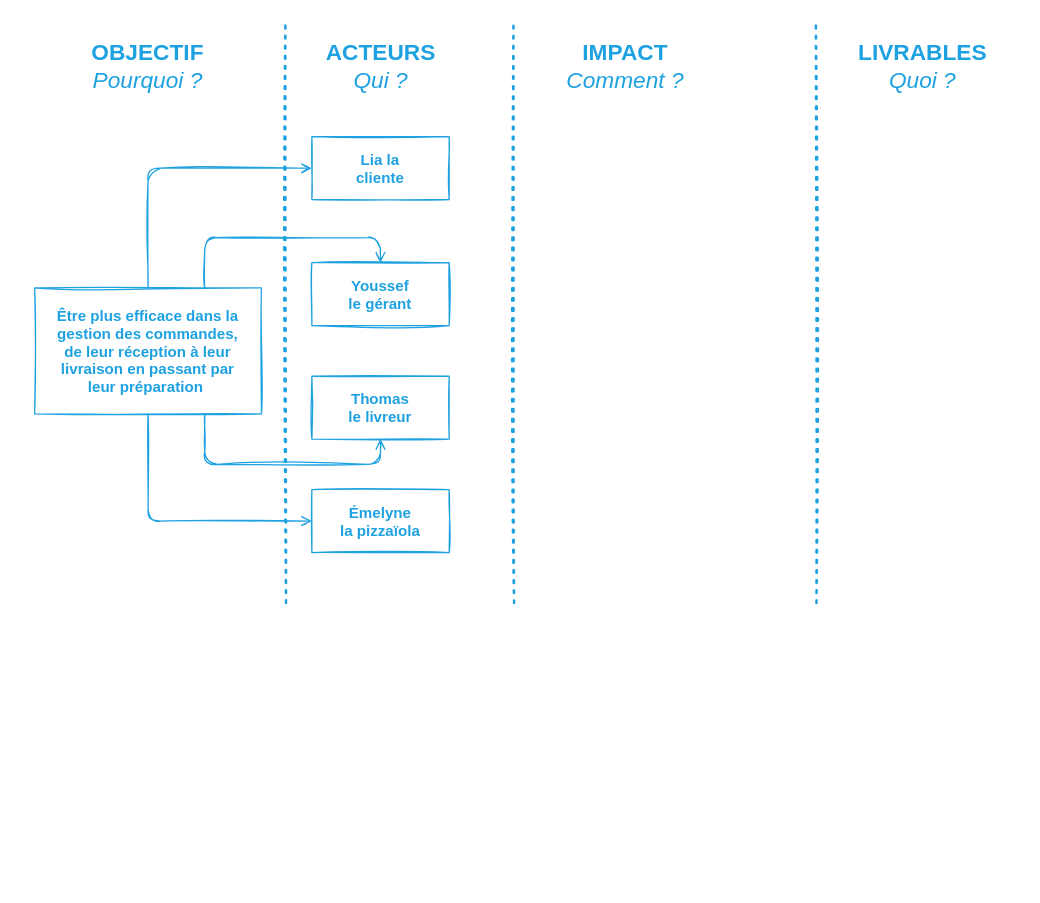
Above: img/figure_impact-mapping.dio in centvingt/OCPizzaRedaction (draw.io), before the change. Source tidied: cells renumbered, new cells numbered last; positions are measured from the earlier drawing's top-left corner, leaving out a move shared by most shapes. Both pictures are drawn from the tidied source at 126%, with x=0, y=0 at pixel (34, 23).
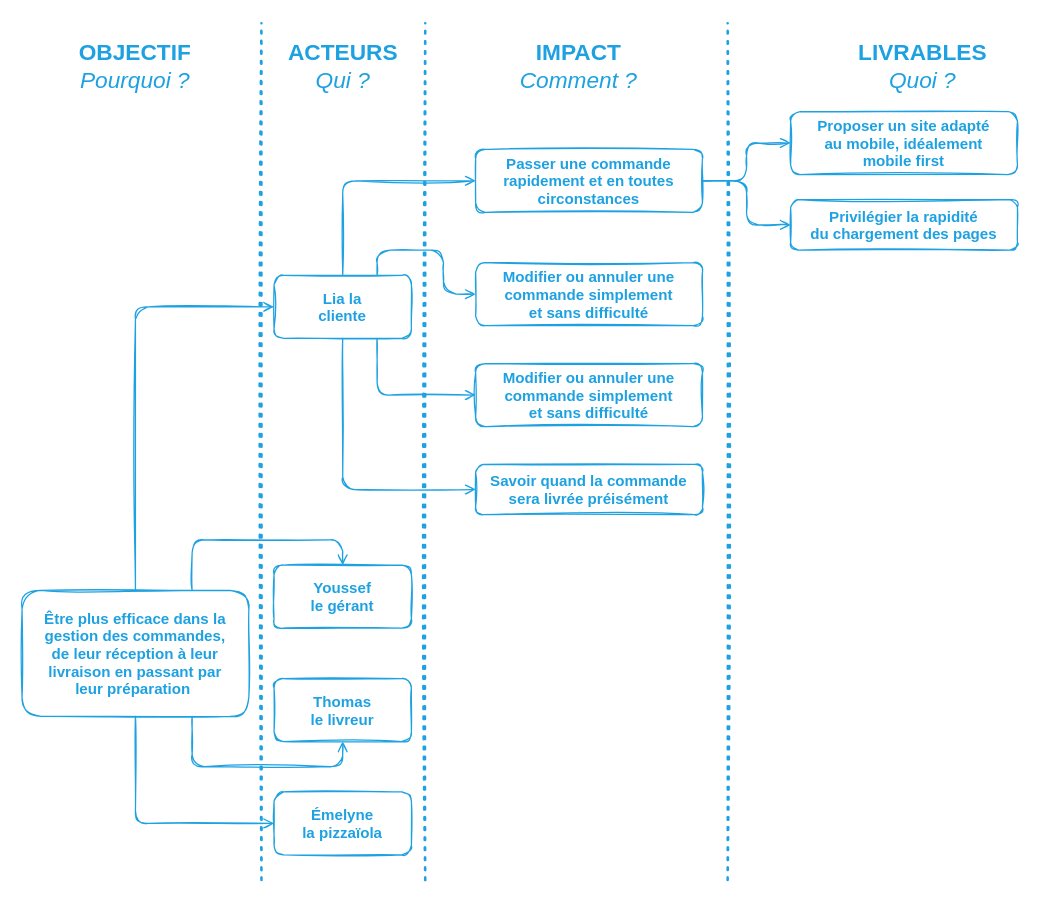
The same diagram, later.

Diff of the diagram source:
```diff
@@
-    <mxCell id="6" value="Être plus efficace dans la &#10;gestion des commandes, &#10;de leur réception à leur &#10;livraison en passant par &#10;leur préparation " style="fontStyle=1;sketch=1;fillColor=none;fontColor=#1DA1E1;strokeColor=#1DA1E1;" parent="1" vertex="1">
-      <mxGeometry y="210" width="180" height="100" as="geometry" />
+    <mxCell id="6" value="Être plus efficace dans la &#10;gestion des commandes, &#10;de leur réception à leur &#10;livraison en passant par &#10;leur préparation " style="fontStyle=1;sketch=1;fillColor=none;fontColor=#1DA1E1;strokeColor=#1DA1E1;rounded=1;" parent="1" vertex="1">
+      <mxGeometry x="-10" y="450" width="180" height="100" as="geometry" />
     </mxCell>
     <mxCell id="7" value="&lt;font style=&quot;font-size: 18px&quot;&gt;&lt;font color=&quot;#1da1e1&quot;&gt;&lt;b&gt;OBJECTIF&lt;/b&gt;&lt;br&gt;&lt;i&gt;Pourquoi ?&lt;/i&gt;&lt;/font&gt;&lt;br&gt;&lt;/font&gt;" style="text;html=1;strokeColor=none;fillColor=none;align=center;verticalAlign=middle;whiteSpace=wrap;rounded=0;sketch=1;" parent="1" vertex="1">
-      <mxGeometry x="15" y="10" width="150" height="50" as="geometry" />
+      <mxGeometry x="-10" y="10" width="180" height="50" as="geometry" />
     </mxCell>
+    <mxCell id="18" style="edgeStyle=orthogonalEdgeStyle;rounded=1;sketch=1;jettySize=auto;html=1;exitX=0.5;exitY=0;exitDx=0;exitDy=0;shadow=0;endArrow=open;endFill=0;strokeColor=#1DA1E1;entryX=0;entryY=0.5;entryDx=0;entryDy=0;" parent="1" edge="1" source="8" target="23">
+      <mxGeometry relative="1" as="geometry" />
+    </mxCell>
+    <mxCell id="19" style="edgeStyle=orthogonalEdgeStyle;rounded=1;sketch=1;jettySize=auto;html=1;exitX=0.5;exitY=1;exitDx=0;exitDy=0;entryX=0;entryY=0.5;entryDx=0;entryDy=0;shadow=0;startArrow=none;startFill=0;endArrow=open;endFill=0;strokeColor=#1DA1E1;" parent="1" edge="1" source="8" target="27">
+      <mxGeometry relative="1" as="geometry" />
+    </mxCell>
+    <mxCell id="20" style="edgeStyle=orthogonalEdgeStyle;rounded=1;sketch=1;jettySize=auto;html=1;exitX=0.75;exitY=0;exitDx=0;exitDy=0;entryX=0;entryY=0.5;entryDx=0;entryDy=0;shadow=0;startArrow=none;startFill=0;endArrow=open;endFill=0;strokeColor=#1DA1E1;" parent="1" edge="1" source="8" target="24">
+      <mxGeometry relative="1" as="geometry" />
+    </mxCell>
+    <mxCell id="21" style="edgeStyle=orthogonalEdgeStyle;rounded=1;sketch=1;jettySize=auto;html=1;exitX=0.75;exitY=1;exitDx=0;exitDy=0;entryX=0;entryY=0.5;entryDx=0;entryDy=0;shadow=0;startArrow=none;startFill=0;endArrow=open;endFill=0;strokeColor=#1DA1E1;" parent="1" edge="1" source="8" target="25">
+      <mxGeometry relative="1" as="geometry" />
+    </mxCell>
-    <mxCell id="8" value="Lia la &#10;cliente" style="fontStyle=1;sketch=1;fillColor=none;fontColor=#1DA1E1;strokeColor=#1DA1E1;" parent="1" vertex="1">
-      <mxGeometry x="220" y="90" width="109" height="50" as="geometry" />
+    <mxCell id="8" value="Lia la &#10;cliente" style="fontStyle=1;sketch=1;fillColor=none;fontColor=#1DA1E1;strokeColor=#1DA1E1;rounded=1;" parent="1" vertex="1">
+      <mxGeometry x="190" y="200" width="109" height="50" as="geometry" />
     </mxCell>
-    <mxCell id="9" value="Youssef &#10;le gérant" style="fontStyle=1;sketch=1;fillColor=none;fontColor=#1DA1E1;strokeColor=#1DA1E1;" parent="1" vertex="1">
-      <mxGeometry x="220" y="190" width="109" height="50" as="geometry" />
+    <mxCell id="9" value="Youssef &#10;le gérant" style="fontStyle=1;sketch=1;fillColor=none;fontColor=#1DA1E1;strokeColor=#1DA1E1;rounded=1;" parent="1" vertex="1">
+      <mxGeometry x="190" y="430" width="109" height="50" as="geometry" />
     </mxCell>
-    <mxCell id="10" value="Thomas&#10;le livreur" style="fontStyle=1;sketch=1;fillColor=none;fontColor=#1DA1E1;strokeColor=#1DA1E1;" parent="1" vertex="1">
-      <mxGeometry x="220" y="280" width="109" height="50" as="geometry" />
+    <mxCell id="10" value="Thomas&#10;le livreur" style="fontStyle=1;sketch=1;fillColor=none;fontColor=#1DA1E1;strokeColor=#1DA1E1;rounded=1;" parent="1" vertex="1">
+      <mxGeometry x="190" y="520" width="109" height="50" as="geometry" />
     </mxCell>
     <mxCell id="11" value="&lt;font style=&quot;font-size: 18px&quot;&gt;&lt;font color=&quot;#1da1e1&quot;&gt;&lt;b&gt;ACTEURS&lt;/b&gt;&lt;br&gt;&lt;i&gt;Qui ?&lt;/i&gt;&lt;/font&gt;&lt;br&gt;&lt;/font&gt;" style="text;html=1;strokeColor=none;fillColor=none;align=center;verticalAlign=middle;whiteSpace=wrap;rounded=0;sketch=1;" parent="1" vertex="1">
-      <mxGeometry x="199.5" y="10" width="150" height="50" as="geometry" />
+      <mxGeometry x="190" y="10" width="110" height="50" as="geometry" />
     </mxCell>
     <mxCell id="12" value="&lt;font style=&quot;font-size: 18px&quot;&gt;&lt;font color=&quot;#1da1e1&quot;&gt;&lt;b&gt;IMPACT&lt;/b&gt;&lt;br&gt;&lt;i&gt;Comment ?&lt;/i&gt;&lt;/font&gt;&lt;br&gt;&lt;/font&gt;" style="text;html=1;strokeColor=none;fillColor=none;align=center;verticalAlign=middle;whiteSpace=wrap;rounded=0;sketch=1;" parent="1" vertex="1">
-      <mxGeometry x="394" y="10" width="150" height="50" as="geometry" />
+      <mxGeometry x="320" y="10" width="224" height="50" as="geometry" />
     </mxCell>
@@
-    <mxCell id="14" value="Émelyne&#10;la pizzaïola" style="fontStyle=1;sketch=1;fillColor=none;fontColor=#1DA1E1;strokeColor=#1DA1E1;" parent="1" vertex="1">
-      <mxGeometry x="220" y="370" width="109" height="50" as="geometry" />
+    <mxCell id="14" value="Émelyne&#10;la pizzaïola" style="fontStyle=1;sketch=1;fillColor=none;fontColor=#1DA1E1;strokeColor=#1DA1E1;rounded=1;" parent="1" vertex="1">
+      <mxGeometry x="190" y="610" width="109" height="50" as="geometry" />
     </mxCell>
     <mxCell id="15" style="endArrow=none;dashed=1;html=1;dashPattern=1 3;strokeWidth=2;strokeColor=#1DA1E1;sketch=1;" parent="1" edge="1">
       <mxGeometry relative="1" as="geometry">
-        <mxPoint x="199.5" y="460" as="sourcePoint" />
-        <mxPoint x="199" as="targetPoint" />
+        <mxPoint x="180" y="680" as="sourcePoint" />
+        <mxPoint x="180" as="targetPoint" />
       </mxGeometry>
     </mxCell>
     <mxCell id="16" style="endArrow=none;dashed=1;html=1;dashPattern=1 3;strokeWidth=2;strokeColor=#1DA1E1;sketch=1;" parent="1" edge="1">
       <mxGeometry relative="1" as="geometry">
-        <mxPoint x="380.5" y="460" as="sourcePoint" />
-        <mxPoint x="380" as="targetPoint" />
+        <mxPoint x="310" y="680" as="sourcePoint" />
+        <mxPoint x="310" as="targetPoint" />
       </mxGeometry>
     </mxCell>
     <mxCell id="17" style="endArrow=none;dashed=1;html=1;dashPattern=1 3;strokeWidth=2;strokeColor=#1DA1E1;sketch=1;" parent="1" edge="1">
       <mxGeometry relative="1" as="geometry">
-        <mxPoint x="620.5" y="460" as="sourcePoint" />
-        <mxPoint x="620" as="targetPoint" />
+        <mxPoint x="550" y="680" as="sourcePoint" />
+        <mxPoint x="550" as="targetPoint" />
       </mxGeometry>
     </mxCell>
+    <mxCell id="22" style="edgeStyle=orthogonalEdgeStyle;rounded=1;sketch=1;jettySize=auto;html=1;exitX=1;exitY=0.5;exitDx=0;exitDy=0;shadow=0;startArrow=none;startFill=0;endArrow=open;endFill=0;strokeColor=#1DA1E1;entryX=0;entryY=0.5;entryDx=0;entryDy=0;" parent="1" edge="1" source="23" target="26">
+      <mxGeometry relative="1" as="geometry" />
+    </mxCell>
+    <mxCell id="23" value="Passer une commande &#10;rapidement et en toutes&#10;circonstances" style="fontStyle=1;sketch=1;fillColor=none;fontColor=#1DA1E1;strokeColor=#1DA1E1;rounded=1;" parent="1" vertex="1">
+      <mxGeometry x="350" y="100" width="180" height="50" as="geometry" />
+    </mxCell>
+    <mxCell id="24" value="Modifier ou annuler une &#10;commande simplement&#10;et sans difficulté" style="fontStyle=1;sketch=1;fillColor=none;fontColor=#1DA1E1;strokeColor=#1DA1E1;rounded=1;" parent="1" vertex="1">
+      <mxGeometry x="350" y="190" width="180" height="50" as="geometry" />
+    </mxCell>
+    <mxCell id="25" value="Modifier ou annuler une &#10;commande simplement&#10;et sans difficulté" style="fontStyle=1;sketch=1;fillColor=none;fontColor=#1DA1E1;strokeColor=#1DA1E1;rounded=1;" parent="1" vertex="1">
+      <mxGeometry x="350" y="270" width="180" height="50" as="geometry" />
+    </mxCell>
+    <mxCell id="26" value="Proposer un site adapté &#10;au mobile, idéalement &#10;mobile first" style="fontStyle=1;sketch=1;fillColor=none;fontColor=#1DA1E1;strokeColor=#1DA1E1;rounded=1;" parent="1" vertex="1">
+      <mxGeometry x="600" y="70" width="180" height="50" as="geometry" />
+    </mxCell>
+    <mxCell id="27" value="Savoir quand la commande&#10;sera livrée préisément" style="fontStyle=1;sketch=1;fillColor=none;fontColor=#1DA1E1;strokeColor=#1DA1E1;rounded=1;" parent="1" vertex="1">
+      <mxGeometry x="350" y="350" width="180" height="40" as="geometry" />
+    </mxCell>
+    <mxCell id="28" style="edgeStyle=orthogonalEdgeStyle;rounded=1;sketch=1;jettySize=auto;html=1;exitX=0;exitY=0.5;exitDx=0;exitDy=0;entryX=1;entryY=0.5;entryDx=0;entryDy=0;shadow=0;startArrow=open;startFill=0;endArrow=none;endFill=0;strokeColor=#1DA1E1;" parent="1" edge="1" source="29" target="23">
+      <mxGeometry relative="1" as="geometry" />
+    </mxCell>
+    <mxCell id="29" value="Privilégier la rapidité&#10;du chargement des pages" style="fontStyle=1;sketch=1;fillColor=none;fontColor=#1DA1E1;strokeColor=#1DA1E1;rounded=1;" parent="1" vertex="1">
+      <mxGeometry x="600" y="140" width="180" height="40" as="geometry" />
+    </mxCell>
```
